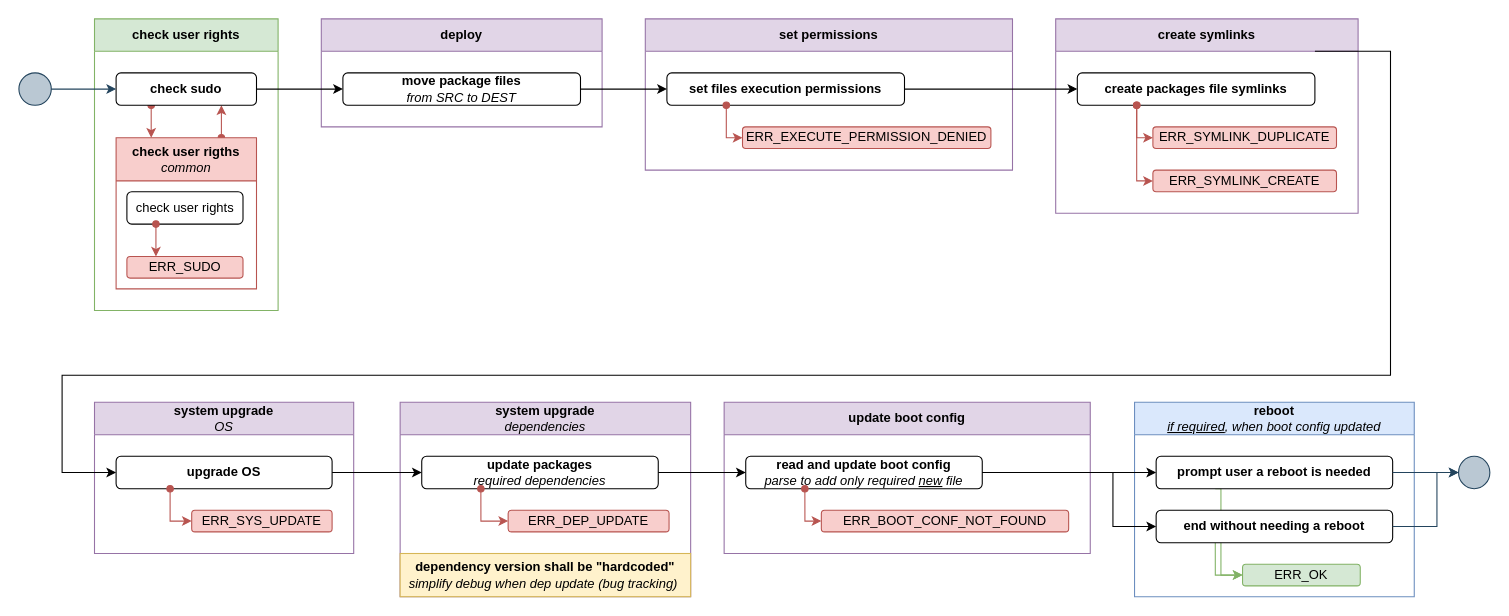
repeact/embedded-sw keeps this draw.io diagram as page "install" (4 of 11) of docs/arch/arch.drawio. Above is the earlier version. Source tidied: cells renumbered, new cells numbered last; positions are measured from the earlier drawing's top-left corner, leaving out a move shared by most shapes. Both pictures are drawn from the tidied source at 108%, with x=0, y=0 at pixel (18, 18).
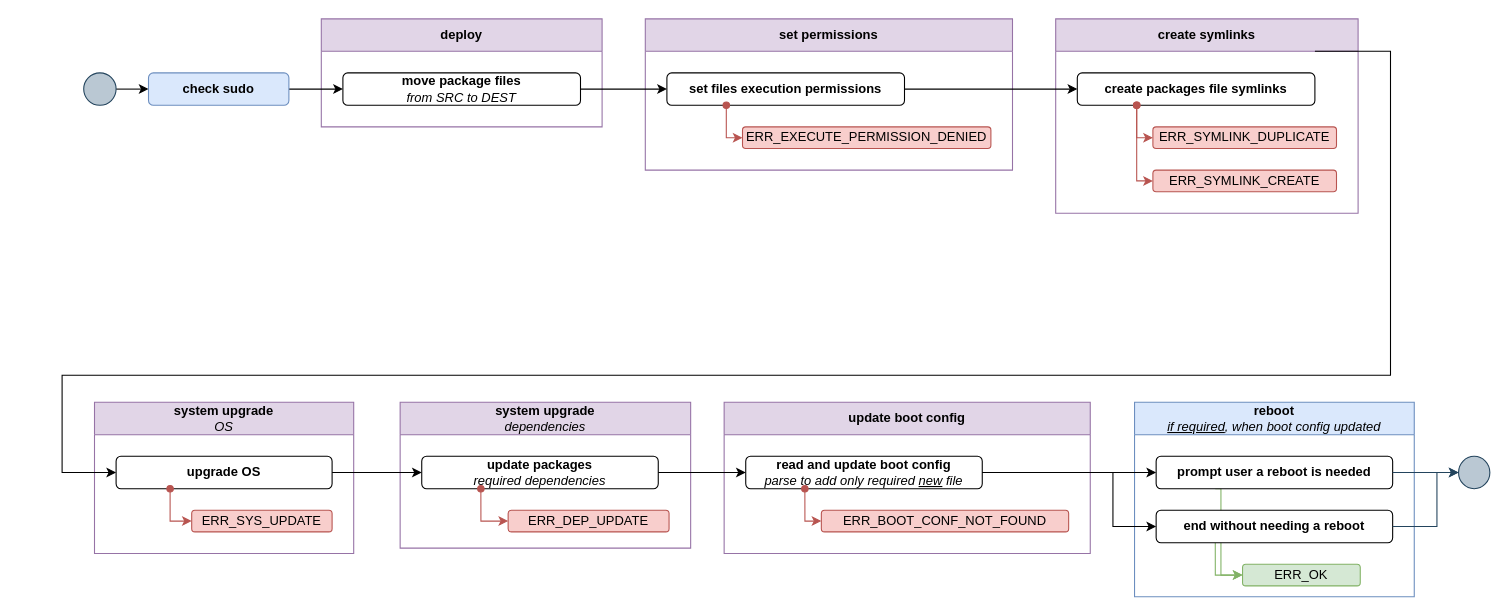
After the change.

The change refers to these unchanged cells:
```xml
<mxCell id="11" value="&lt;b&gt;move package files &lt;br&gt;&lt;/b&gt;&lt;i&gt;from SRC to DEST&lt;/i&gt;" style="rounded=1;whiteSpace=wrap;html=1;" parent="10" vertex="1">
  <mxGeometry x="20" y="50" width="220" height="30" as="geometry" />
</mxCell>
```

What changed in the source:
```diff
@@
-    <mxCell id="2" value="check user rights" style="swimlane;whiteSpace=wrap;html=1;startSize=30;fillColor=#d5e8d4;strokeColor=#82b366;" parent="1" vertex="1">
-      <mxGeometry x="70" width="170" height="270" as="geometry" />
-    </mxCell>
-    <mxCell id="3" style="edgeStyle=orthogonalEdgeStyle;rounded=0;jettySize=auto;html=1;exitX=0.75;exitY=0;exitDx=0;exitDy=0;entryX=0.75;entryY=1;entryDx=0;entryDy=0;startArrow=oval;startFill=1;fillColor=#f8cecc;strokeColor=#b85450;" parent="2" edge="1" source="4" target="9">
-      <mxGeometry relative="1" as="geometry" />
-    </mxCell>
-    <mxCell id="4" value="check user rigths&lt;div&gt;&lt;i style=&quot;font-weight: normal;&quot;&gt;common&lt;/i&gt;&lt;/div&gt;" style="swimlane;whiteSpace=wrap;html=1;startSize=40;fillColor=#f8cecc;strokeColor=#b85450;" parent="2" vertex="1">
-      <mxGeometry x="20" y="110" width="130" height="140" as="geometry" />
-    </mxCell>
-    <mxCell id="5" value="check user rights" style="rounded=1;whiteSpace=wrap;html=1;" parent="4" vertex="1">
-      <mxGeometry x="10" y="50" width="107.5" height="30" as="geometry" />
-    </mxCell>
-    <mxCell id="6" style="edgeStyle=orthogonalEdgeStyle;rounded=0;jettySize=auto;html=1;entryX=0.25;entryY=0;entryDx=0;entryDy=0;startArrow=oval;startFill=1;exitX=0.25;exitY=1;exitDx=0;exitDy=0;fillColor=#f8cecc;strokeColor=#b85450;" parent="4" edge="1" source="5" target="7">
-      <mxGeometry relative="1" as="geometry" />
-    </mxCell>
-    <mxCell id="7" value="ERR_SUDO" style="rounded=1;whiteSpace=wrap;html=1;fillColor=#f8cecc;strokeColor=#b85450;" parent="4" vertex="1">
-      <mxGeometry x="10" y="110" width="107.5" height="20" as="geometry" />
-    </mxCell>
-    <mxCell id="8" style="edgeStyle=orthogonalEdgeStyle;rounded=0;jettySize=auto;html=1;exitX=0.25;exitY=1;exitDx=0;exitDy=0;entryX=0.25;entryY=0;entryDx=0;entryDy=0;startArrow=oval;startFill=1;fillColor=#f8cecc;strokeColor=#b85450;" parent="2" edge="1" source="9" target="4">
-      <mxGeometry relative="1" as="geometry" />
-    </mxCell>
-    <mxCell id="9" value="&lt;b&gt;check sudo&lt;/b&gt;" style="rounded=1;whiteSpace=wrap;html=1;" parent="2" vertex="1">
-      <mxGeometry x="20" y="50" width="130" height="30" as="geometry" />
-    </mxCell>
@@
     <mxCell id="36" value="system upgrade&lt;div&gt;&lt;span style=&quot;font-weight: normal;&quot;&gt;&lt;i&gt;dependencies&lt;/i&gt;&lt;/span&gt;&lt;/div&gt;" style="swimlane;whiteSpace=wrap;html=1;startSize=30;fillColor=#e1d5e7;strokeColor=#9673a6;" parent="1" vertex="1">
-      <mxGeometry x="353" y="355" width="269" height="180" as="geometry" />
+      <mxGeometry x="353" y="355" width="269" height="135" as="geometry" />
     </mxCell>
@@
-    <mxCell id="40" value="dependency version shall be &quot;hardcoded&quot;&lt;div&gt;&lt;span style=&quot;font-weight: normal;&quot;&gt;&lt;i&gt;simplify debug when dep update (bug tracking)&lt;/i&gt;&lt;/span&gt;&amp;nbsp;&lt;/div&gt;" style="rounded=0;whiteSpace=wrap;html=1;fillColor=#fff2cc;strokeColor=#d6b656;fontStyle=1;" parent="36" vertex="1">
-      <mxGeometry y="140" width="269" height="40" as="geometry" />
-    </mxCell>
@@
-    <mxCell id="43" style="edgeStyle=orthogonalEdgeStyle;rounded=0;jettySize=auto;html=1;exitX=1;exitY=0.5;exitDx=0;exitDy=0;entryX=0;entryY=0.5;entryDx=0;entryDy=0;" parent="1" edge="1" source="9" target="11">
-      <mxGeometry relative="1" as="geometry" />
-    </mxCell>
@@
+    <mxCell id="50" style="edgeStyle=orthogonalEdgeStyle;rounded=0;jettySize=auto;html=1;exitX=1;exitY=0.5;exitDx=0;exitDy=0;entryX=0;entryY=0.5;entryDx=0;entryDy=0;" parent="1" edge="1" source="49" target="9">
+      <mxGeometry relative="1" as="geometry" />
+    </mxCell>
     <mxCell id="49" style="ellipse;whiteSpace=wrap;html=1;fillColor=#bac8d3;strokeColor=#23445d;" parent="1" vertex="1">
-      <mxGeometry y="50" width="30" height="30" as="geometry" />
+      <mxGeometry x="60" y="50" width="30" height="30" as="geometry" />
     </mxCell>
-    <mxCell id="50" style="edgeStyle=orthogonalEdgeStyle;rounded=0;jettySize=auto;html=1;entryX=0;entryY=0.5;entryDx=0;entryDy=0;fillColor=#bac8d3;strokeColor=#23445d;" parent="1" edge="1" source="49" target="9">
-      <mxGeometry relative="1" as="geometry" />
-    </mxCell>
@@
+    <mxCell id="43" style="edgeStyle=orthogonalEdgeStyle;rounded=0;jettySize=auto;html=1;exitX=1;exitY=0.5;exitDx=0;exitDy=0;" parent="1" edge="1" source="9" target="11">
+      <mxGeometry relative="1" as="geometry" />
+    </mxCell>
+    <mxCell id="9" value="&lt;b&gt;check sudo&lt;/b&gt;" style="rounded=1;whiteSpace=wrap;html=1;fillColor=#dae8fc;strokeColor=#6c8ebf;" parent="1" vertex="1">
+      <mxGeometry x="120" y="50" width="130" height="30" as="geometry" />
+    </mxCell>
```
